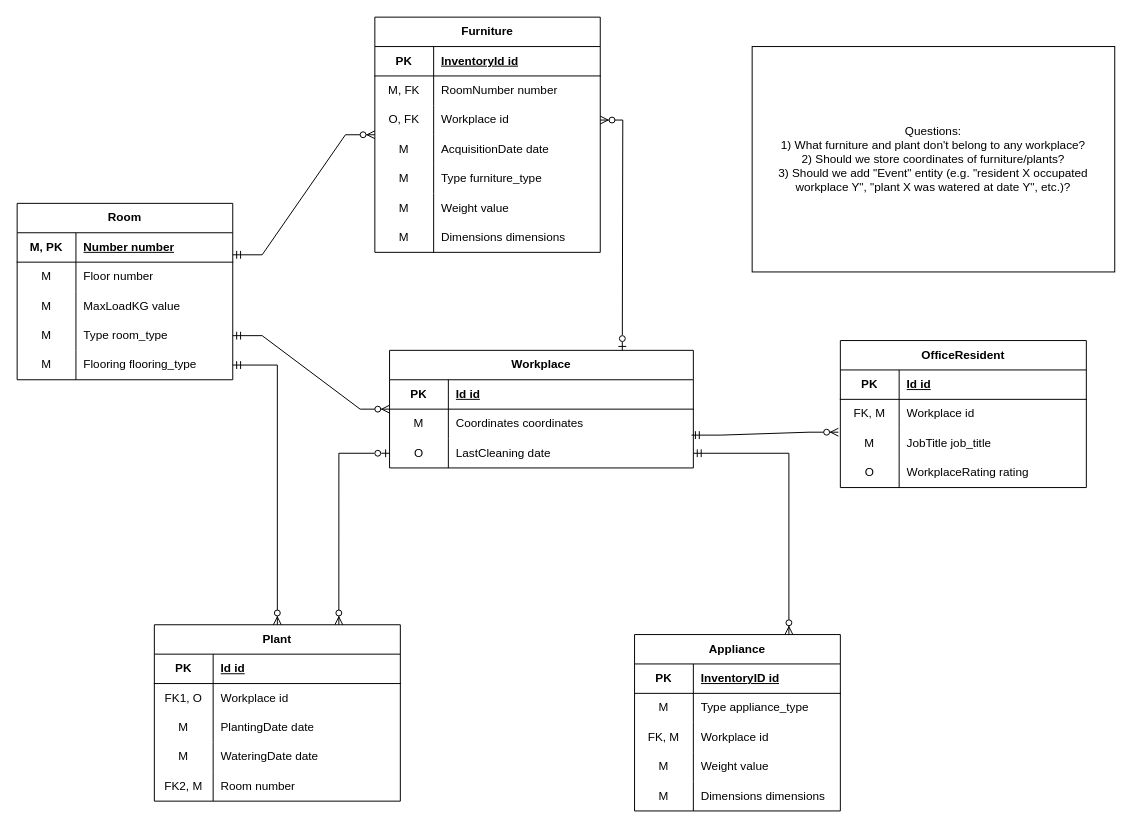
Above: project/conceptual.drawio in iahmad1337/itmo-dbms (draw.io), before the change. Source tidied: cells renumbered, new cells numbered last; positions are measured from the earlier drawing's top-left corner, leaving out a move shared by most shapes. Both pictures are drawn from the tidied source at 98%, with x=0, y=0 at pixel (17, 17).
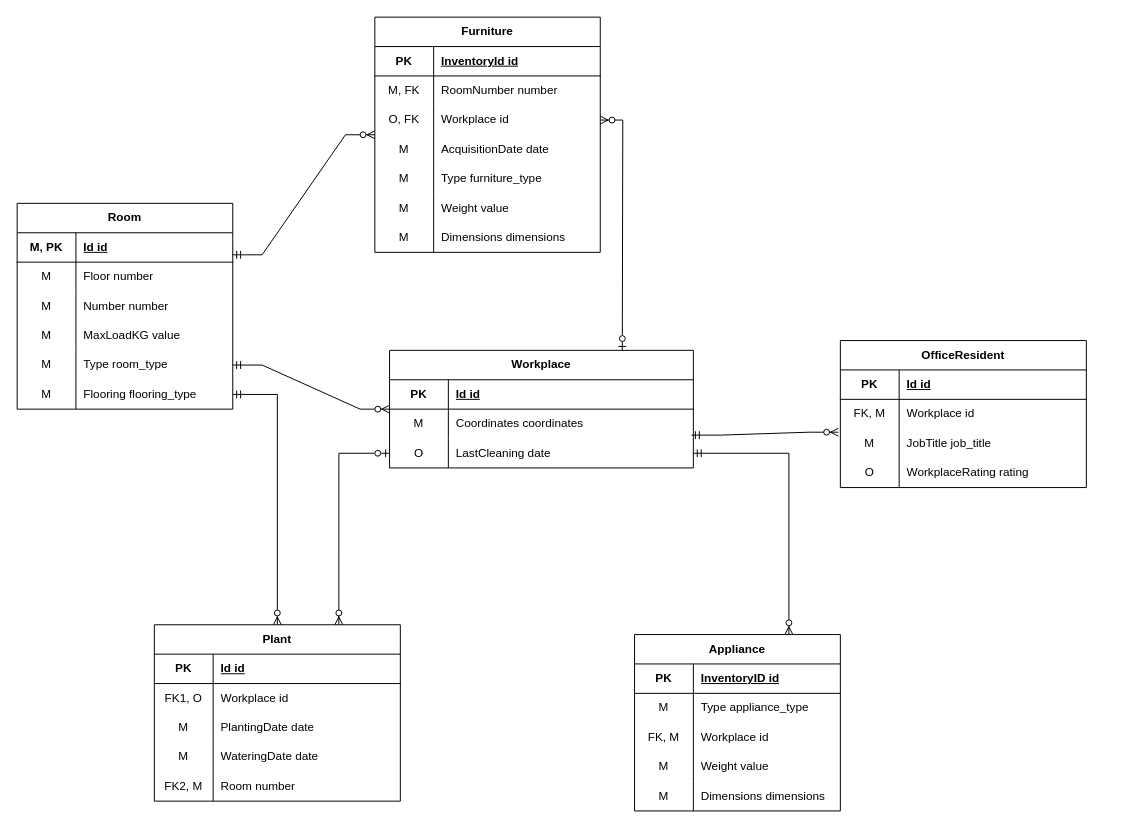
The same page after the edit.

Commit message (it also covers changes not shown here):
fixed according to answered questions

The change refers to these unchanged cells:
```xml
<mxCell id="13" style="shape=tableRow;horizontal=0;startSize=0;swimlaneHead=0;swimlaneBody=0;fillColor=none;points=[[0,0.5],[1,0.5]];portConstraint=eastwest;top=0;left=0;right=0;bottom=1;html=1;" parent="12" vertex="1">
  <mxGeometry y="30" width="220" height="30" as="geometry" />
</mxCell>
```

Diff of the diagram source:
```diff
@@
     <mxCell id="12" value="Room" style="shape=table;startSize=30;childLayout=tableLayout;rowLines=0;fontStyle=1;align=center;html=1;whiteSpace=wrap;" parent="1" vertex="1">
-      <mxGeometry y="190" width="220" height="180" as="geometry" />
+      <mxGeometry y="190" width="220" height="210" as="geometry" />
     </mxCell>
@@
-    <mxCell id="15" value="Number number" style="shape=partialRectangle;fillColor=none;top=0;left=0;bottom=0;right=0;align=left;spacingLeft=6;fontStyle=5;overflow=hidden;html=1;whiteSpace=wrap;" parent="13" vertex="1">
+    <mxCell id="15" value="Id id" style="shape=partialRectangle;fillColor=none;top=0;left=0;bottom=0;right=0;align=left;spacingLeft=6;fontStyle=5;overflow=hidden;html=1;whiteSpace=wrap;" parent="13" vertex="1">
       <mxGeometry x="60" width="160" height="30" as="geometry" />
     </mxCell>
@@
+    <mxCell id="103" style="shape=tableRow;horizontal=0;startSize=0;swimlaneHead=0;swimlaneBody=0;fillColor=none;top=0;left=0;right=0;bottom=0;" parent="12" vertex="1">
+      <mxGeometry y="90" width="220" height="30" as="geometry" />
+    </mxCell>
+    <mxCell id="104" value="M" style="shape=partialRectangle;fillColor=none;top=0;left=0;bottom=0;right=0;fontStyle=0;overflow=hidden;whiteSpace=wrap;html=1;" parent="103" vertex="1">
+      <mxGeometry width="60" height="30" as="geometry" />
+    </mxCell>
+    <mxCell id="105" value="Number number" style="shape=partialRectangle;fillColor=none;top=0;left=0;bottom=0;right=0;align=left;spacingLeft=6;fontStyle=0;overflow=hidden;whiteSpace=wrap;html=1;" parent="103" vertex="1">
+      <mxGeometry x="60" width="160" height="30" as="geometry" />
+    </mxCell>
     <mxCell id="19" style="shape=tableRow;horizontal=0;startSize=0;swimlaneHead=0;swimlaneBody=0;fillColor=none;top=0;left=0;right=0;bottom=0;html=1;" parent="12" vertex="1">
-      <mxGeometry y="90" width="220" height="30" as="geometry" />
+      <mxGeometry y="120" width="220" height="30" as="geometry" />
     </mxCell>
@@
     <mxCell id="22" style="shape=tableRow;horizontal=0;startSize=0;swimlaneHead=0;swimlaneBody=0;fillColor=none;points=[[0,0.5],[1,0.5]];portConstraint=eastwest;top=0;left=0;right=0;bottom=0;" parent="12" vertex="1">
-      <mxGeometry y="120" width="220" height="30" as="geometry" />
+      <mxGeometry y="150" width="220" height="30" as="geometry" />
     </mxCell>
@@
     <mxCell id="25" style="shape=tableRow;horizontal=0;startSize=0;swimlaneHead=0;swimlaneBody=0;fillColor=none;points=[[0,0.5],[1,0.5]];portConstraint=eastwest;top=0;left=0;right=0;bottom=0;html=1;" parent="12" vertex="1">
-      <mxGeometry y="150" width="220" height="30" as="geometry" />
+      <mxGeometry y="180" width="220" height="30" as="geometry" />
     </mxCell>
@@
-    <mxCell id="102" value="Questions:&lt;br&gt;1) What furniture and plant don't belong to any workplace?&lt;br&gt;2) Should we store coordinates of furniture/plants?&lt;br&gt;3) Should we add &quot;Event&quot; entity (e.g. &quot;resident X occupated workplace Y&quot;, &quot;plant X was watered at date Y&quot;, etc.)?" style="rounded=0;whiteSpace=wrap;html=1;" parent="1" vertex="1">
-      <mxGeometry x="750" y="30" width="370" height="230" as="geometry" />
-    </mxCell>
```
